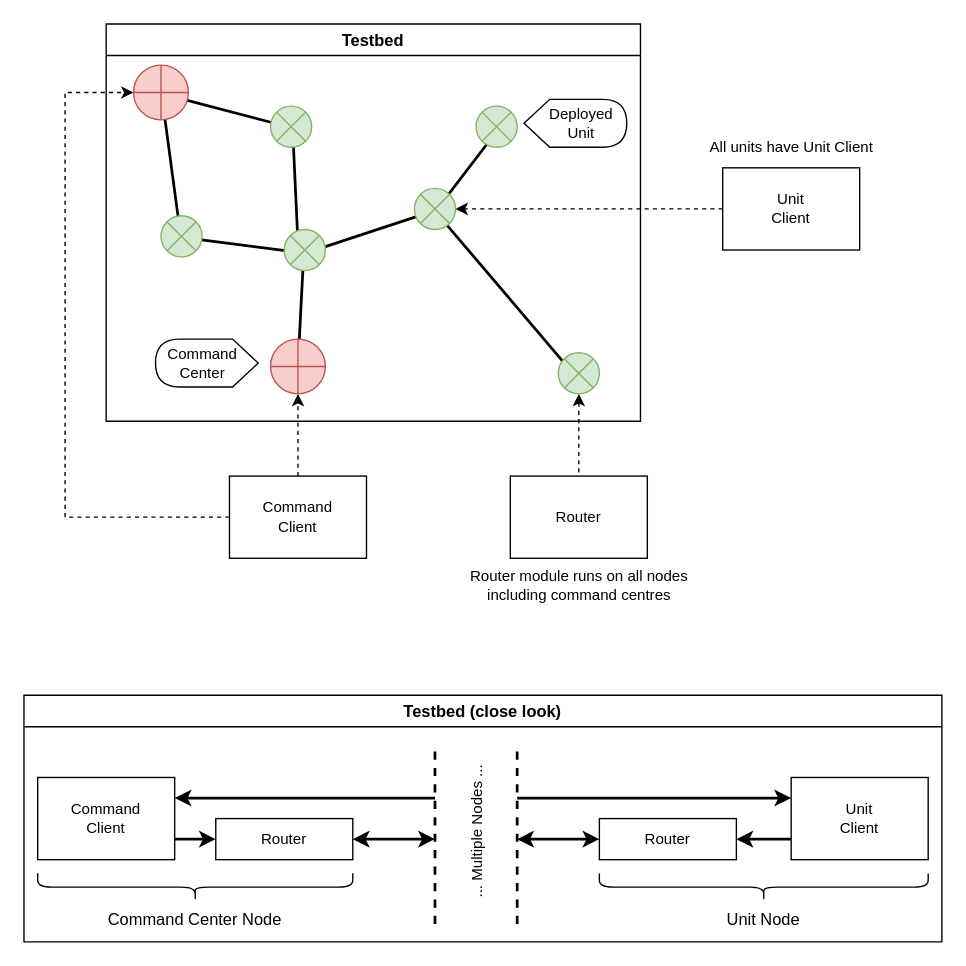
mido3ds/C4IAN keeps this draw.io diagram as page "Page-1" (1 of 2) of docs/figures/modules_diagram.drawio. Above is the earlier version. Source tidied: cells renumbered, new cells numbered last; positions are measured from the earlier drawing's top-left corner, leaving out a move shared by most shapes. Both pictures are drawn from the tidied source at 137%, with x=0, y=0 at pixel (23, 23).
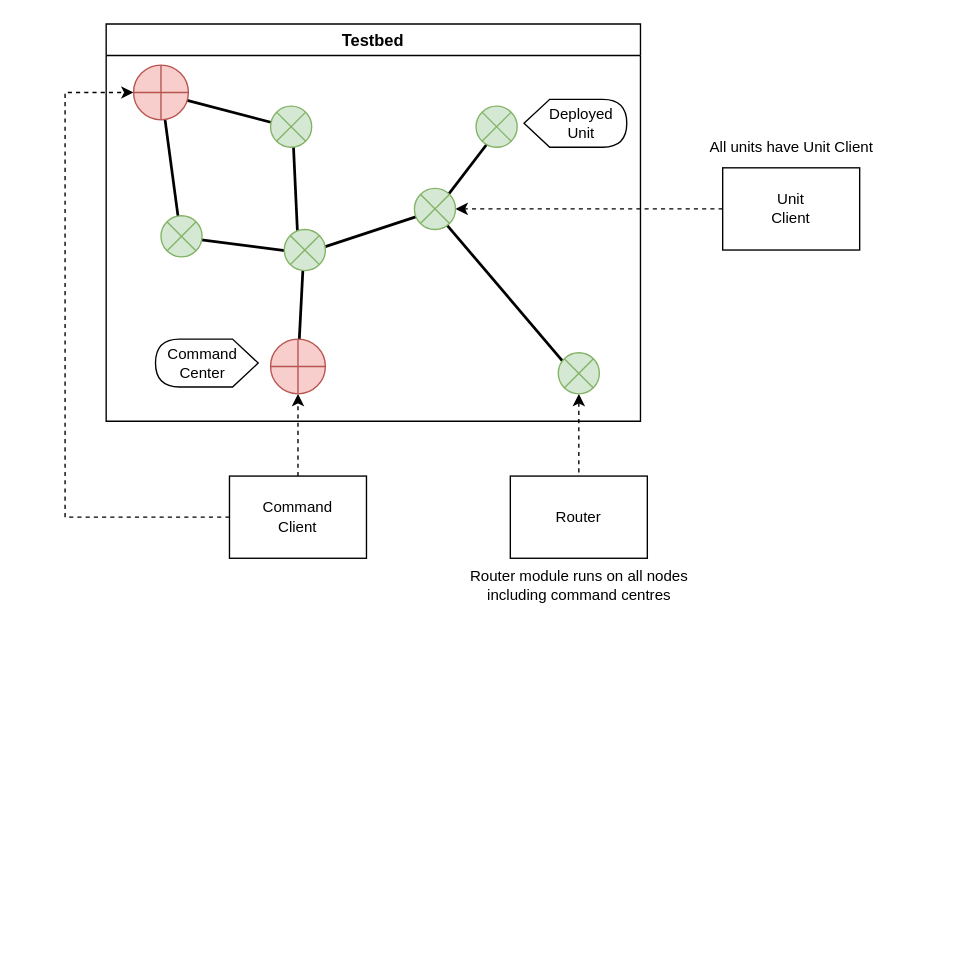
After the change.

Commit message (it also covers changes not shown here):
Updated system figures

Diff of the diagram source:
```diff
@@
-    <mxCell id="30" value="Testbed (close look)" style="swimlane;swimlaneLine=1;glass=0;sketch=0;comic=0;" parent="1" vertex="1">
-      <mxGeometry y="490" width="670" height="180" as="geometry" />
-    </mxCell>
-    <mxCell id="31" style="edgeStyle=none;rounded=0;jettySize=auto;html=1;exitX=1;exitY=0.5;exitDx=0;exitDy=0;entryX=0;entryY=0.75;entryDx=0;entryDy=0;startArrow=classic;startFill=1;endArrow=none;endFill=0;strokeColor=#000000;strokeWidth=2;fontSize=11;" parent="30" edge="1" source="32" target="33">
-      <mxGeometry relative="1" as="geometry" />
-    </mxCell>
-    <mxCell id="32" value="Router" style="whiteSpace=wrap;html=1;align=center;verticalAlign=middle;newEdgeStyle={&quot;edgeStyle&quot;:&quot;elbowEdgeStyle&quot;,&quot;startArrow&quot;:&quot;none&quot;,&quot;endArrow&quot;:&quot;none&quot;};fontSize=11;labelPosition=center;verticalLabelPosition=middle;imageAspect=1;" parent="30" vertex="1">
-      <mxGeometry x="420" y="90" width="100" height="30" as="geometry" />
-    </mxCell>
-    <mxCell id="33" value="Unit&lt;br&gt;Client" style="whiteSpace=wrap;html=1;align=center;verticalAlign=middle;newEdgeStyle={&quot;edgeStyle&quot;:&quot;elbowEdgeStyle&quot;,&quot;startArrow&quot;:&quot;none&quot;,&quot;endArrow&quot;:&quot;none&quot;};fontSize=11;sketch=0;" parent="30" vertex="1">
-      <mxGeometry x="560" y="60" width="100" height="60" as="geometry" />
-    </mxCell>
-    <mxCell id="34" style="edgeStyle=none;rounded=0;orthogonalLoop=1;jettySize=auto;html=1;exitX=0;exitY=0.25;exitDx=0;exitDy=0;entryX=1;entryY=0.25;entryDx=0;entryDy=0;startArrow=classic;startFill=1;endArrow=none;endFill=0;strokeColor=#000000;strokeWidth=2;fontSize=11;" parent="30" edge="1">
-      <mxGeometry relative="1" as="geometry">
-        <mxPoint x="150" y="75" as="sourcePoint" />
-      </mxGeometry>
-    </mxCell>
-    <mxCell id="35" style="edgeStyle=none;rounded=0;orthogonalLoop=1;jettySize=auto;html=1;exitX=0;exitY=0.75;exitDx=0;exitDy=0;entryX=1;entryY=0.75;entryDx=0;entryDy=0;startArrow=classic;startFill=1;endArrow=classic;endFill=1;strokeColor=#000000;strokeWidth=2;fontSize=11;" parent="30" edge="1">
-      <mxGeometry relative="1" as="geometry">
-        <mxPoint x="150" y="105" as="sourcePoint" />
-      </mxGeometry>
-    </mxCell>
-    <mxCell id="36" value="Router" style="whiteSpace=wrap;html=1;align=center;verticalAlign=middle;newEdgeStyle={&quot;edgeStyle&quot;:&quot;elbowEdgeStyle&quot;,&quot;startArrow&quot;:&quot;none&quot;,&quot;endArrow&quot;:&quot;none&quot;};fontSize=11;labelPosition=center;verticalLabelPosition=middle;imageAspect=1;" parent="30" vertex="1">
-      <mxGeometry x="140" y="90" width="100" height="30" as="geometry" />
-    </mxCell>
-    <mxCell id="37" style="edgeStyle=none;rounded=0;jettySize=auto;html=1;exitX=1;exitY=0.75;exitDx=0;exitDy=0;entryX=0;entryY=0.5;entryDx=0;entryDy=0;startArrow=none;startFill=0;endArrow=classic;endFill=1;strokeColor=#000000;strokeWidth=2;fontSize=11;" parent="30" edge="1" source="38" target="36">
-      <mxGeometry relative="1" as="geometry" />
-    </mxCell>
-    <mxCell id="38" value="Command&lt;br&gt;Client" style="whiteSpace=wrap;html=1;align=center;verticalAlign=middle;newEdgeStyle={&quot;edgeStyle&quot;:&quot;elbowEdgeStyle&quot;,&quot;startArrow&quot;:&quot;none&quot;,&quot;endArrow&quot;:&quot;none&quot;};fontSize=11;sketch=0;" parent="30" vertex="1">
-      <mxGeometry x="10" y="60" width="100" height="60" as="geometry" />
-    </mxCell>
-    <mxCell id="39" style="endArrow=none;html=1;strokeColor=#000000;strokeWidth=2;fontSize=11;dashed=1;" parent="30" edge="1">
-      <mxGeometry relative="1" as="geometry">
-        <mxPoint x="300" y="167" as="sourcePoint" />
-        <mxPoint x="300" y="35" as="targetPoint" />
-      </mxGeometry>
-    </mxCell>
-    <mxCell id="40" style="endArrow=none;html=1;strokeColor=#000000;strokeWidth=2;fontSize=11;dashed=1;" parent="30" edge="1">
-      <mxGeometry relative="1" as="geometry">
-        <mxPoint x="360" y="167" as="sourcePoint" />
-        <mxPoint x="360" y="35" as="targetPoint" />
-      </mxGeometry>
-    </mxCell>
-    <mxCell id="41" value="... Multiple Nodes ..." style="text;html=1;align=center;verticalAlign=middle;fontSize=11;horizontal=0;" parent="30" vertex="1">
-      <mxGeometry x="316" y="50" width="30" height="100" as="geometry" />
-    </mxCell>
-    <mxCell id="42" value="Unit Node" style="shape=curlyBracket;whiteSpace=wrap;html=1;rounded=1;direction=north;labelPosition=center;verticalLabelPosition=bottom;align=center;verticalAlign=top;" parent="30" vertex="1">
-      <mxGeometry x="420" y="130" width="240" height="20" as="geometry" />
-    </mxCell>
-    <mxCell id="43" value="Command Center Node" style="shape=curlyBracket;whiteSpace=wrap;html=1;rounded=1;direction=north;labelPosition=center;verticalLabelPosition=bottom;align=center;verticalAlign=top;" parent="30" vertex="1">
-      <mxGeometry x="10" y="130" width="230" height="20" as="geometry" />
-    </mxCell>
-    <mxCell id="44" style="edgeStyle=none;rounded=0;jettySize=auto;html=1;exitX=0;exitY=0.5;exitDx=0;exitDy=0;startArrow=classic;startFill=1;endArrow=classic;endFill=1;strokeColor=#000000;strokeWidth=2;fontSize=11;" parent="1" edge="1" source="32">
-      <mxGeometry relative="1" as="geometry">
-        <mxPoint x="360" y="595" as="targetPoint" />
-      </mxGeometry>
-    </mxCell>
-    <mxCell id="45" style="edgeStyle=none;rounded=0;jettySize=auto;html=1;exitX=1;exitY=0.5;exitDx=0;exitDy=0;startArrow=classic;startFill=1;endArrow=classic;endFill=1;strokeColor=#000000;strokeWidth=2;fontSize=11;" parent="1" edge="1" source="36">
-      <mxGeometry relative="1" as="geometry">
-        <mxPoint x="300" y="595" as="targetPoint" />
-      </mxGeometry>
-    </mxCell>
-    <mxCell id="46" style="edgeStyle=none;rounded=0;jettySize=auto;html=1;exitX=0;exitY=0.25;exitDx=0;exitDy=0;startArrow=classic;startFill=1;endArrow=none;endFill=0;strokeColor=#000000;strokeWidth=2;fontSize=11;" parent="1" edge="1" source="33">
-      <mxGeometry relative="1" as="geometry">
-        <mxPoint x="360" y="565" as="targetPoint" />
-      </mxGeometry>
-    </mxCell>
-    <mxCell id="47" style="edgeStyle=none;rounded=0;jettySize=auto;html=1;exitX=1;exitY=0.25;exitDx=0;exitDy=0;startArrow=classic;startFill=1;endArrow=none;endFill=0;strokeColor=#000000;strokeWidth=2;fontSize=11;" parent="1" edge="1" source="38">
-      <mxGeometry relative="1" as="geometry">
-        <mxPoint x="300" y="565" as="targetPoint" />
-      </mxGeometry>
-    </mxCell>
```
